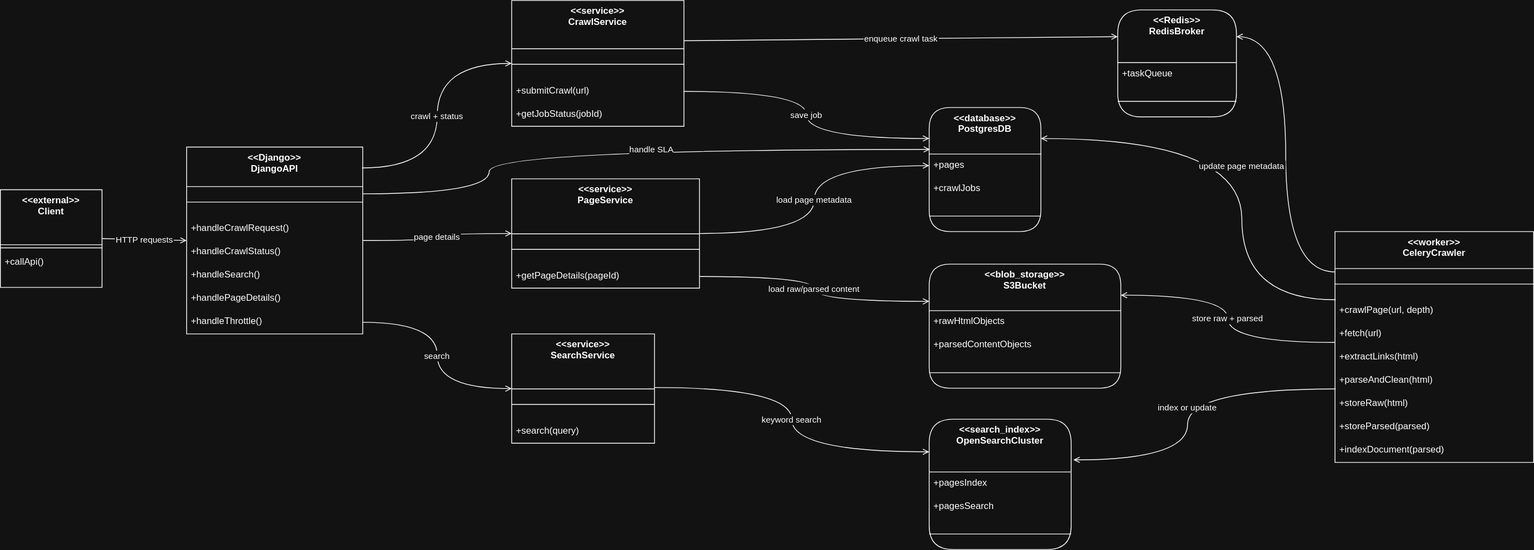
Above: docs/architecture.svg in jakerator/search-engine-project (draw.io), before the change. Source tidied: cells renumbered, new cells last; positions are measured from the earlier drawing's top-left corner, leaving out a move shared by most shapes.
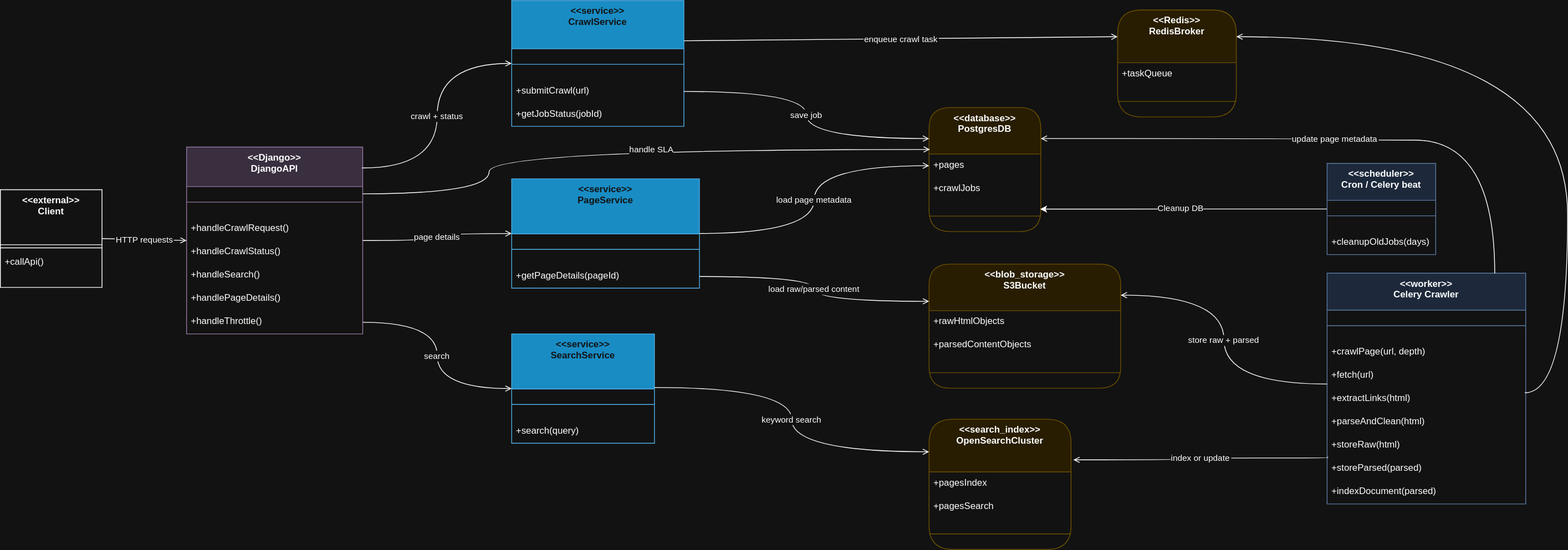
Above is the later version.

What changed in the source:
```diff
@@ -11,7 +11,7 @@
     <mxCell id="4" value="+callApi()" style="text;strokeColor=none;fillColor=none;align=left;verticalAlign=top;spacingLeft=4;spacingRight=4;overflow=hidden;" parent="2" vertex="1">
       <mxGeometry y="79" width="131" height="47" as="geometry" />
     </mxCell>
-    <mxCell id="5" value="&lt;&lt;Django&gt;&gt;&#10;DjangoAPI" style="swimlane;fontStyle=1;align=center;verticalAlign=top;horizontal=1;startSize=51;" parent="1" vertex="1">
+    <mxCell id="5" value="&lt;&lt;Django&gt;&gt;&#10;DjangoAPI" style="swimlane;fontStyle=1;align=center;verticalAlign=top;horizontal=1;startSize=51;fillColor=#e1d5e7;strokeColor=#9673a6;" parent="1" vertex="1">
       <mxGeometry x="240" y="189" width="227" height="241" as="geometry" />
     </mxCell>
     <mxCell id="6" style="line;strokeWidth=1;fillColor=none;align=left;verticalAlign=middle;spacingTop=-1;spacingLeft=3;spacingRight=3;labelPosition=right;strokeColor=inherit;" parent="5" vertex="1">
@@ -32,7 +32,7 @@
     <mxCell id="11" value="+handleThrottle()" style="text;strokeColor=none;fillColor=none;align=left;verticalAlign=top;spacingLeft=4;spacingRight=4;overflow=hidden;points=[[0,0.5],[1,0.5]];portConstraint=eastwest;" parent="5" vertex="1">
       <mxGeometry y="211" width="227" height="30" as="geometry" />
     </mxCell>
-    <mxCell id="12" value="&lt;&lt;service&gt;&gt;&#10;CrawlService" style="swimlane;fontStyle=1;align=center;verticalAlign=top;horizontal=1;startSize=62.25;" parent="1" vertex="1">
+    <mxCell id="12" value="&lt;&lt;service&gt;&gt;&#10;CrawlService" style="swimlane;fontStyle=1;align=center;verticalAlign=top;horizontal=1;startSize=62.25;fillColor=#1ba1e2;fontColor=#ffffff;strokeColor=#006EAF;" parent="1" vertex="1">
       <mxGeometry x="659" width="222" height="162.2" as="geometry" />
     </mxCell>
     <mxCell id="13" style="line;strokeWidth=1;fillColor=none;align=left;verticalAlign=middle;spacingTop=-1;spacingLeft=3;spacingRight=3;labelPosition=right;strokeColor=inherit;" parent="12" vertex="1">
@@ -44,7 +44,7 @@
     <mxCell id="15" value="+getJobStatus(jobId)" style="text;strokeColor=none;fillColor=none;align=left;verticalAlign=top;spacingLeft=4;spacingRight=4;overflow=hidden;" parent="12" vertex="1">
       <mxGeometry y="132.2" width="222" height="30" as="geometry" />
     </mxCell>
-    <mxCell id="16" value="&lt;&lt;service&gt;&gt;&#10;SearchService" style="swimlane;fontStyle=1;align=center;verticalAlign=top;horizontal=1;startSize=71;" parent="1" vertex="1">
+    <mxCell id="16" value="&lt;&lt;service&gt;&gt;&#10;SearchService" style="swimlane;fontStyle=1;align=center;verticalAlign=top;horizontal=1;startSize=71;fillColor=#1ba1e2;fontColor=#ffffff;strokeColor=#006EAF;" parent="1" vertex="1">
       <mxGeometry x="659" y="430" width="184" height="141" as="geometry" />
     </mxCell>
     <mxCell id="17" style="line;strokeWidth=1;fillColor=none;align=left;verticalAlign=middle;spacingTop=-1;spacingLeft=3;spacingRight=3;labelPosition=right;strokeColor=inherit;" parent="16" vertex="1">
@@ -53,7 +53,7 @@
     <mxCell id="18" value="+search(query)" style="text;strokeColor=none;fillColor=none;align=left;verticalAlign=top;spacingLeft=4;spacingRight=4;overflow=hidden;" parent="16" vertex="1">
       <mxGeometry y="111" width="184" height="30" as="geometry" />
     </mxCell>
-    <mxCell id="19" value="&lt;&lt;service&gt;&gt;&#10;PageService" style="swimlane;fontStyle=1;align=center;verticalAlign=top;horizontal=1;startSize=71;" parent="1" vertex="1">
+    <mxCell id="19" value="&lt;&lt;service&gt;&gt;&#10;PageService" style="swimlane;fontStyle=1;align=center;verticalAlign=top;horizontal=1;startSize=71;fillColor=#1ba1e2;fontColor=#ffffff;strokeColor=#006EAF;" parent="1" vertex="1">
       <mxGeometry x="659" y="230" width="242" height="141" as="geometry" />
     </mxCell>
     <mxCell id="20" style="line;strokeWidth=1;fillColor=none;align=left;verticalAlign=middle;spacingTop=-1;spacingLeft=3;spacingRight=3;labelPosition=right;strokeColor=inherit;" parent="19" vertex="1">
@@ -62,8 +62,8 @@
     <mxCell id="21" value="+getPageDetails(pageId)" style="text;strokeColor=none;fillColor=none;align=left;verticalAlign=top;spacingLeft=4;spacingRight=4;overflow=hidden;points=[[0,0.5],[1,0.5]];portConstraint=eastwest;" parent="19" vertex="1">
       <mxGeometry y="111" width="242" height="30" as="geometry" />
     </mxCell>
-    <mxCell id="22" value="&lt;&lt;worker&gt;&gt;&#10;CeleryCrawler" style="swimlane;fontStyle=1;align=center;verticalAlign=top;horizontal=1;startSize=47.66666666666667;" parent="1" vertex="1">
-      <mxGeometry x="1720" y="298" width="256" height="297.7" as="geometry" />
+    <mxCell id="22" value="&lt;&lt;worker&gt;&gt;&#10;Celery Crawler" style="swimlane;fontStyle=1;align=center;verticalAlign=top;horizontal=1;startSize=47.66666666666667;fillColor=#dae8fc;strokeColor=#6c8ebf;" parent="1" vertex="1">
+      <mxGeometry x="1710" y="351.7" width="256" height="297.7" as="geometry" />
     </mxCell>
     <mxCell id="23" style="line;strokeWidth=1;fillColor=none;align=left;verticalAlign=middle;spacingTop=-1;spacingLeft=3;spacingRight=3;labelPosition=right;strokeColor=inherit;" parent="22" vertex="1">
       <mxGeometry y="47.7" width="256" height="40" as="geometry" />
@@ -89,7 +89,7 @@
     <mxCell id="30" value="+indexDocument(parsed)" style="text;strokeColor=none;fillColor=none;align=left;verticalAlign=top;spacingLeft=4;spacingRight=4;overflow=hidden;" parent="22" vertex="1">
       <mxGeometry y="267.7" width="256" height="30" as="geometry" />
     </mxCell>
-    <mxCell id="31" value="&lt;&lt;Redis&gt;&gt;&#10;RedisBroker" style="swimlane;fontStyle=1;align=center;verticalAlign=top;horizontal=1;startSize=68;rounded=1;" parent="1" vertex="1">
+    <mxCell id="31" value="&lt;&lt;Redis&gt;&gt;&#10;RedisBroker" style="swimlane;fontStyle=1;align=center;verticalAlign=top;horizontal=1;startSize=68;rounded=1;fillColor=#fff2cc;strokeColor=#d6b656;" parent="1" vertex="1">
       <mxGeometry x="1440" y="12.1" width="153" height="138" as="geometry" />
     </mxCell>
     <mxCell id="32" value="+taskQueue" style="text;strokeColor=none;fillColor=none;align=left;verticalAlign=top;spacingLeft=4;spacingRight=4;overflow=hidden;" parent="31" vertex="1">
@@ -98,7 +98,7 @@
     <mxCell id="33" style="line;strokeWidth=1;fillColor=none;align=left;verticalAlign=middle;spacingTop=-1;spacingLeft=3;spacingRight=3;labelPosition=right;strokeColor=inherit;" parent="31" vertex="1">
       <mxGeometry y="98" width="153" height="40" as="geometry" />
     </mxCell>
-    <mxCell id="34" value="&lt;&lt;database&gt;&gt;&#10;PostgresDB" style="swimlane;fontStyle=1;align=center;verticalAlign=top;horizontal=1;startSize=60;rounded=1;swimlaneLine=1;glass=0;" parent="1" vertex="1">
+    <mxCell id="34" value="&lt;&lt;database&gt;&gt;&#10;PostgresDB" style="swimlane;fontStyle=1;align=center;verticalAlign=top;horizontal=1;startSize=60;rounded=1;swimlaneLine=1;glass=0;fillColor=#fff2cc;strokeColor=#d6b656;" parent="1" vertex="1">
       <mxGeometry x="1197" y="138" width="144" height="160" as="geometry" />
     </mxCell>
     <mxCell id="35" value="+pages" style="text;strokeColor=none;fillColor=none;align=left;verticalAlign=top;spacingLeft=4;spacingRight=4;overflow=hidden;points=[[0,0.5],[1,0.5]];portConstraint=eastwest;" parent="34" vertex="1">
@@ -110,7 +110,7 @@
     <mxCell id="37" style="line;strokeWidth=1;fillColor=none;align=left;verticalAlign=middle;spacingTop=-1;spacingLeft=3;spacingRight=3;labelPosition=right;strokeColor=inherit;" parent="34" vertex="1">
       <mxGeometry y="120" width="144" height="40" as="geometry" />
     </mxCell>
-    <mxCell id="38" value="&lt;&lt;blob_storage&gt;&gt;&#10;S3Bucket" style="swimlane;fontStyle=1;align=center;verticalAlign=top;horizontal=1;startSize=60;rounded=1;swimlaneLine=1;" parent="1" vertex="1">
+    <mxCell id="38" value="&lt;&lt;blob_storage&gt;&gt;&#10;S3Bucket" style="swimlane;fontStyle=1;align=center;verticalAlign=top;horizontal=1;startSize=60;rounded=1;swimlaneLine=1;fillColor=#fff2cc;strokeColor=#d6b656;" parent="1" vertex="1">
       <mxGeometry x="1197" y="340" width="247" height="160" as="geometry" />
     </mxCell>
     <mxCell id="39" value="+rawHtmlObjects" style="text;strokeColor=none;fillColor=none;align=left;verticalAlign=top;spacingLeft=4;spacingRight=4;overflow=hidden;" parent="38" vertex="1">
@@ -122,7 +122,7 @@
     <mxCell id="41" style="line;strokeWidth=1;fillColor=none;align=left;verticalAlign=middle;spacingTop=-1;spacingLeft=3;spacingRight=3;labelPosition=right;strokeColor=inherit;" parent="38" vertex="1">
       <mxGeometry y="120" width="247" height="40" as="geometry" />
     </mxCell>
-    <mxCell id="42" value="&lt;&lt;search_index&gt;&gt;&#10;OpenSearchCluster" style="swimlane;fontStyle=1;align=center;verticalAlign=top;horizontal=1;startSize=68;shadow=0;rounded=1;" parent="1" vertex="1">
+    <mxCell id="42" value="&lt;&lt;search_index&gt;&gt;&#10;OpenSearchCluster" style="swimlane;fontStyle=1;align=center;verticalAlign=top;horizontal=1;startSize=68;shadow=0;rounded=1;fillColor=#fff2cc;strokeColor=#d6b656;" parent="1" vertex="1">
       <mxGeometry x="1197" y="540" width="183" height="168" as="geometry" />
     </mxCell>
     <mxCell id="43" value="+pagesIndex" style="text;strokeColor=none;fillColor=none;align=left;verticalAlign=top;spacingLeft=4;spacingRight=4;overflow=hidden;" parent="42" vertex="1">
@@ -161,27 +161,33 @@
     <mxCell id="54" value="load raw/parsed content" style="curved=1;startArrow=none;endArrow=open;exitX=1;exitY=0.5;entryX=0;entryY=0.3;rounded=0;exitDx=0;exitDy=0;edgeStyle=orthogonalEdgeStyle;" parent="1" edge="1" source="21" target="38">
       <mxGeometry relative="1" as="geometry" />
     </mxCell>
-    <mxCell id="55" style="curved=1;startArrow=none;endArrow=open;entryX=1;entryY=0.25;rounded=0;entryDx=0;entryDy=0;edgeStyle=orthogonalEdgeStyle;" parent="1" edge="1" target="31">
+    <mxCell id="55" style="curved=1;startArrow=none;endArrow=open;entryX=1;entryY=0.25;rounded=0;entryDx=0;entryDy=0;edgeStyle=orthogonalEdgeStyle;exitX=0.996;exitY=0.222;exitDx=0;exitDy=0;exitPerimeter=0;" parent="1" edge="1" source="26" target="31">
       <mxGeometry relative="1" as="geometry">
-        <mxPoint x="1720" y="350" as="sourcePoint" />
+        <Array as="points">
+          <mxPoint x="2020" y="506" />
+          <mxPoint x="2020" y="47" />
+        </Array>
       </mxGeometry>
     </mxCell>
     <mxCell id="56" value="store raw + parsed" style="curved=1;startArrow=none;endArrow=open;entryX=1;entryY=0.25;rounded=0;exitX=0;exitY=0.844;exitDx=0;exitDy=0;exitPerimeter=0;entryDx=0;entryDy=0;edgeStyle=orthogonalEdgeStyle;" parent="1" edge="1" source="25" target="38">
       <mxGeometry relative="1" as="geometry" />
     </mxCell>
-    <mxCell id="57" value="index or update" style="curved=1;startArrow=none;endArrow=open;rounded=0;exitX=0.004;exitY=0.844;exitDx=0;exitDy=0;exitPerimeter=0;entryX=1.016;entryY=0.312;entryDx=0;entryDy=0;entryPerimeter=0;edgeStyle=orthogonalEdgeStyle;" parent="1" edge="1" source="27" target="42">
+    <mxCell id="57" value="index or update" style="curved=1;startArrow=none;endArrow=open;rounded=0;exitX=0;exitY=0.989;exitDx=0;exitDy=0;exitPerimeter=0;entryX=1.016;entryY=0.312;entryDx=0;entryDy=0;entryPerimeter=0;edgeStyle=orthogonalEdgeStyle;" parent="1" edge="1" source="28" target="42">
       <mxGeometry relative="1" as="geometry">
         <Array as="points">
-          <mxPoint x="1530" y="501" />
+          <mxPoint x="1711" y="589" />
+          <mxPoint x="1711" y="590" />
+          <mxPoint x="1530" y="590" />
           <mxPoint x="1530" y="592" />
         </Array>
       </mxGeometry>
     </mxCell>
-    <mxCell id="58" value="update page metadata" style="curved=1;startArrow=none;endArrow=open;entryX=1;entryY=0.25;rounded=0;entryDx=0;entryDy=0;exitX=0.004;exitY=0.011;exitDx=0;exitDy=0;exitPerimeter=0;edgeStyle=orthogonalEdgeStyle;" parent="1" edge="1" source="24" target="34">
+    <mxCell id="58" value="update page metadata" style="curved=1;startArrow=none;endArrow=open;entryX=1;entryY=0.25;rounded=0;entryDx=0;entryDy=0;exitX=0.844;exitY=0.001;exitDx=0;exitDy=0;exitPerimeter=0;edgeStyle=orthogonalEdgeStyle;" parent="1" edge="1" source="22" target="34">
       <mxGeometry relative="1" as="geometry">
         <Array as="points">
-          <mxPoint x="1600" y="386" />
-          <mxPoint x="1600" y="178" />
+          <mxPoint x="1926" y="180" />
+          <mxPoint x="1720" y="180" />
+          <mxPoint x="1720" y="178" />
         </Array>
       </mxGeometry>
     </mxCell>
@@ -196,5 +202,22 @@
     <mxCell id="60" value="handle SLA" style="edgeLabel;html=1;align=center;verticalAlign=middle;" parent="59" vertex="1">
       <mxGeometry x="0.09" y="1" relative="1" as="geometry" />
     </mxCell>
+    <mxCell id="61" style="edgeStyle=orthogonalEdgeStyle;rounded=0;jettySize=auto;html=1;" parent="1" edge="1" source="63">
+      <mxGeometry relative="1" as="geometry">
+        <mxPoint x="1340" y="269" as="targetPoint" />
+      </mxGeometry>
+    </mxCell>
+    <mxCell id="62" value="Cleanup DB" style="edgeLabel;html=1;align=center;verticalAlign=middle;" parent="61" vertex="1">
+      <mxGeometry x="0.02" y="-2" relative="1" as="geometry" />
+    </mxCell>
+    <mxCell id="63" value="&lt;&lt;scheduler&gt;&gt;&#10;Cron / Celery beat" style="swimlane;fontStyle=1;align=center;verticalAlign=top;horizontal=1;startSize=47.66666666666667;fillColor=#dae8fc;strokeColor=#6c8ebf;" parent="1" vertex="1">
+      <mxGeometry x="1710" y="210" width="140" height="117.7" as="geometry" />
+    </mxCell>
+    <mxCell id="64" style="line;strokeWidth=1;fillColor=none;align=left;verticalAlign=middle;spacingTop=-1;spacingLeft=3;spacingRight=3;labelPosition=right;strokeColor=inherit;" parent="63" vertex="1">
+      <mxGeometry y="47.7" width="140" height="40" as="geometry" />
+    </mxCell>
+    <mxCell id="65" value="+cleanupOldJobs(days)" style="text;strokeColor=none;fillColor=none;align=left;verticalAlign=top;spacingLeft=4;spacingRight=4;overflow=hidden;" parent="63" vertex="1">
+      <mxGeometry y="87.7" width="140" height="30" as="geometry" />
+    </mxCell>
   </root>
 </mxGraphModel>
```
